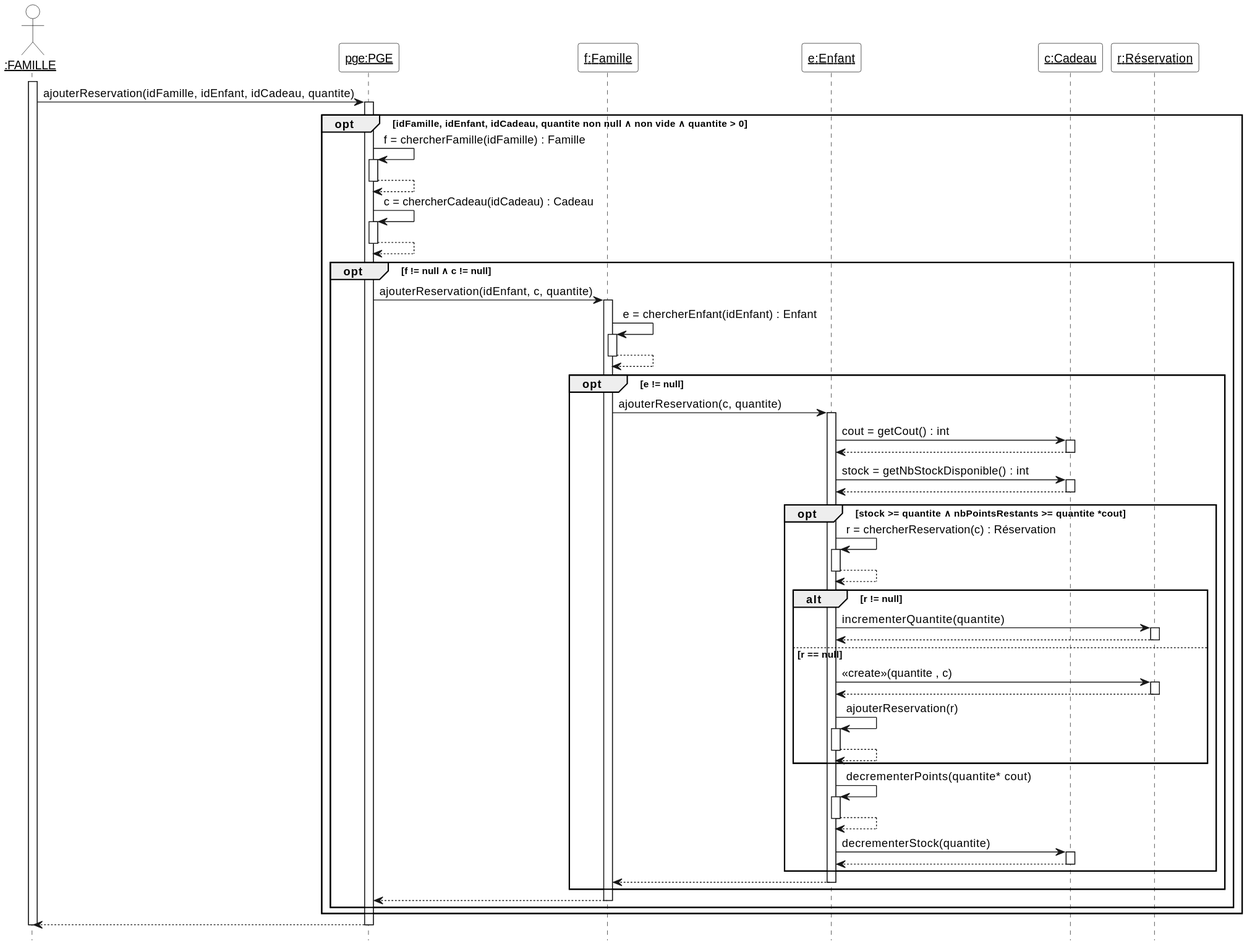
Above: Diagrammes/pge_uml_diag_seq_ajouter_reservation.svg in yasminebelmaaziz/dev_logiciel (PlantUML), before the change.
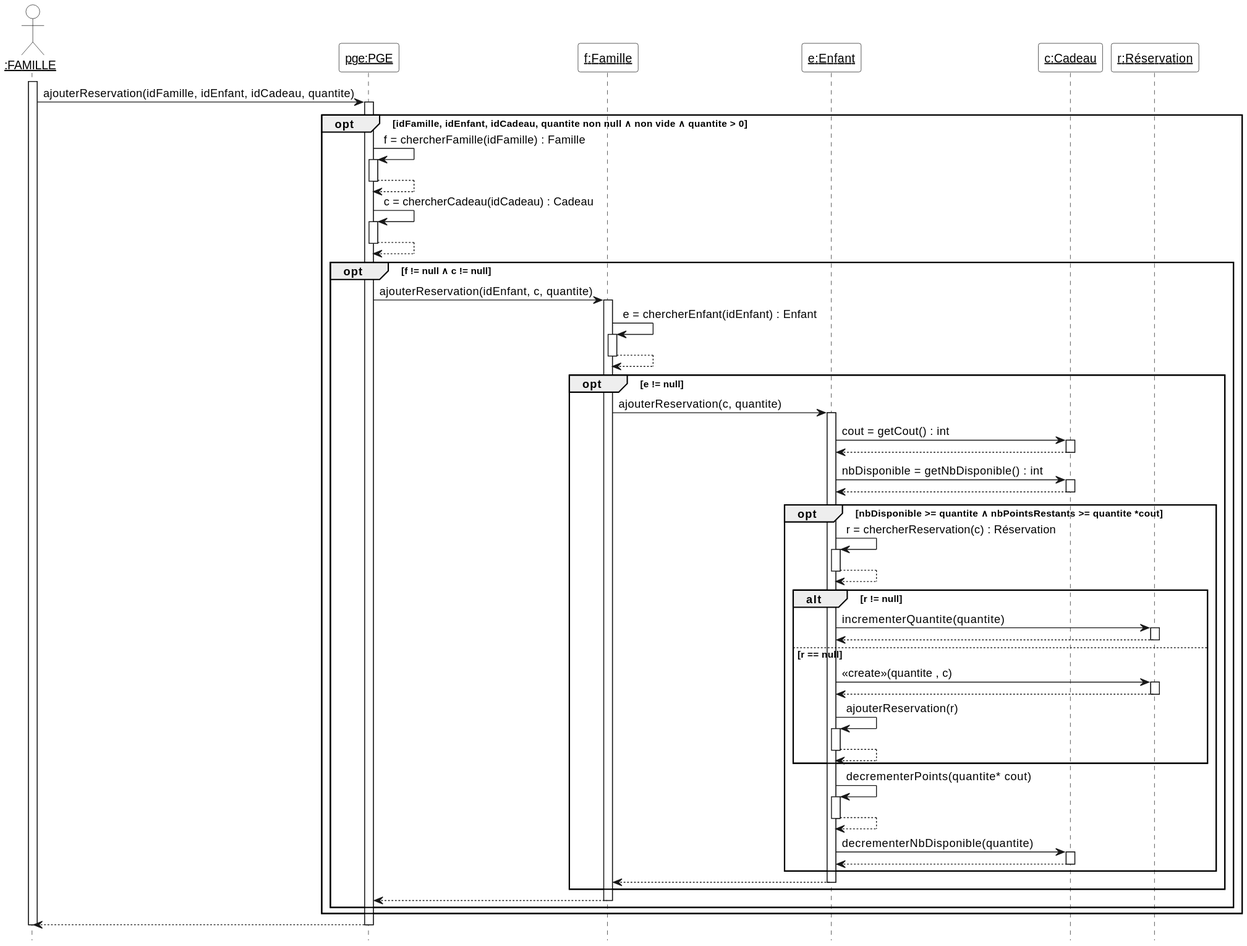
After the change.

The edit, as a diff of the source:
```diff
@@ -35,10 +35,10 @@
       e -> c ++ : cout = getCout() : int
       return
 
-      e -> c ++ : stock = getNbStockDisponible() : int
+      e -> c ++ : nbDisponible = getNbDisponible() : int
       return
 
-      opt stock >= quantite ∧ nbPointsRestants >= quantite *cout
+      opt nbDisponible >= quantite ∧ nbPointsRestants >= quantite *cout
 
         e -> e ++ : r = chercherReservation(c) : Réservation
         return
@@ -61,7 +61,7 @@
         e -> e ++ : decrementerPoints(quantite* cout)
         return
 
-        e -> c ++ : decrementerStock(quantite)
+        e -> c ++ : decrementerNbDisponible(quantite)
         return
 
       end
```
